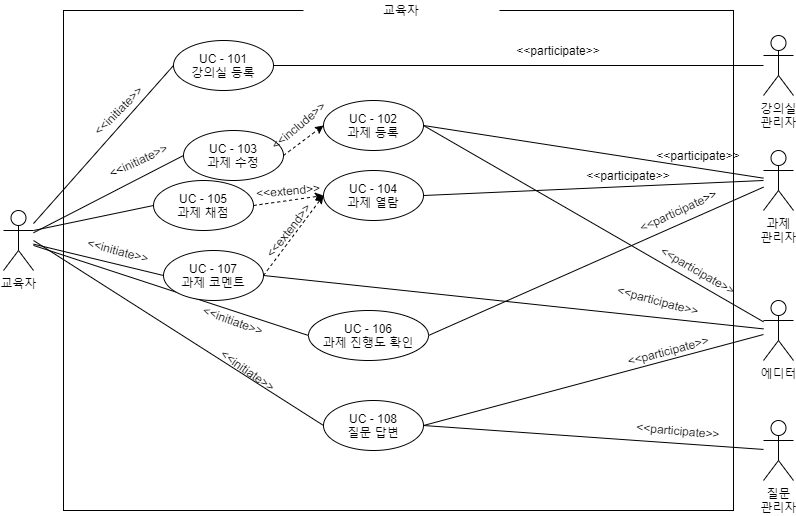
Earlier version of the draw.io export img/교육자 UC Diagram.png (SSSSEN666789/SPAMS). Source tidied: cells renumbered, new cells last; positions are measured from the earlier drawing's top-left corner, leaving out a move shared by most shapes.
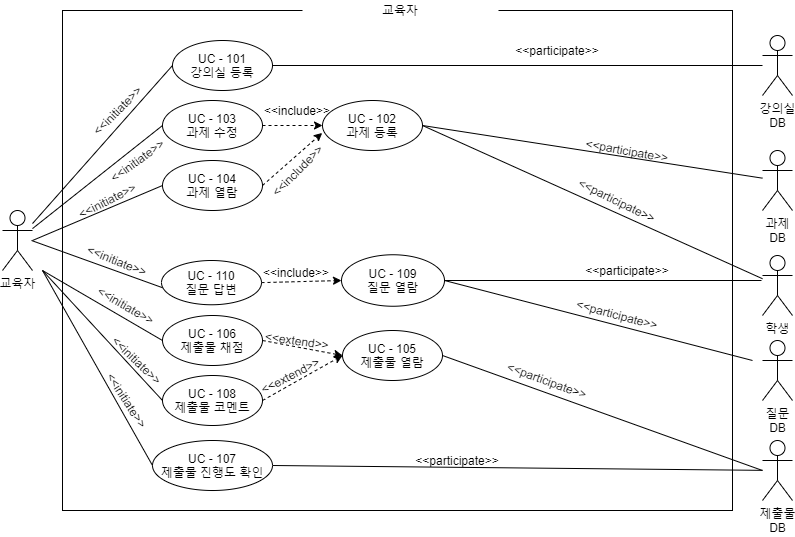
Later version of the same file.

The edit, as a diff of the source:
```diff
@@ -33,122 +33,158 @@
       <mxGeometry relative="1" as="geometry" />
     </mxCell>
     <mxCell id="12" value="UC - 103&lt;br&gt;과제 수정" style="ellipse;whiteSpace=wrap;html=1;" parent="1" vertex="1">
-      <mxGeometry x="180" y="130" width="100" height="50" as="geometry" />
+      <mxGeometry x="160" y="100" width="100" height="50" as="geometry" />
     </mxCell>
-    <mxCell id="13" value="&amp;lt;&amp;lt;include&amp;gt;&amp;gt;" style="text;html=1;strokeColor=none;fillColor=none;align=center;verticalAlign=middle;whiteSpace=wrap;rounded=0;rotation=-40;" parent="1" vertex="1">
-      <mxGeometry x="260" y="115" width="70" height="20" as="geometry" />
+    <mxCell id="13" value="&amp;lt;&amp;lt;include&amp;gt;&amp;gt;" style="text;html=1;strokeColor=none;fillColor=none;align=center;verticalAlign=middle;whiteSpace=wrap;rounded=0;rotation=0;" parent="1" vertex="1">
+      <mxGeometry x="260" y="100" width="70" height="20" as="geometry" />
     </mxCell>
     <mxCell id="14" style="edgeStyle=none;rounded=0;jettySize=auto;html=1;entryX=1;entryY=0.5;entryDx=0;entryDy=0;startArrow=none;startFill=0;endArrow=none;endFill=0;" parent="1" edge="1" source="15" target="6">
       <mxGeometry relative="1" as="geometry" />
     </mxCell>
-    <mxCell id="15" value="강의실&lt;br&gt;관리자" style="shape=umlActor;verticalLabelPosition=bottom;verticalAlign=top;html=1;outlineConnect=0;" parent="1" vertex="1">
+    <mxCell id="15" value="강의실&lt;br&gt;DB" style="shape=umlActor;verticalLabelPosition=bottom;verticalAlign=top;html=1;outlineConnect=0;" parent="1" vertex="1">
       <mxGeometry x="760" y="35" width="30" height="60" as="geometry" />
     </mxCell>
-    <mxCell id="16" value="과제&lt;br&gt;관리자" style="shape=umlActor;verticalLabelPosition=bottom;verticalAlign=top;html=1;outlineConnect=0;" parent="1" vertex="1">
+    <mxCell id="16" value="과제&lt;br&gt;DB" style="shape=umlActor;verticalLabelPosition=bottom;verticalAlign=top;html=1;outlineConnect=0;" parent="1" vertex="1">
       <mxGeometry x="760" y="150" width="30" height="60" as="geometry" />
     </mxCell>
     <mxCell id="17" value="&amp;lt;&amp;lt;initiate&amp;gt;&amp;gt;" style="text;html=1;strokeColor=none;fillColor=none;align=center;verticalAlign=middle;whiteSpace=wrap;rounded=0;rotation=-45;" parent="1" vertex="1">
       <mxGeometry x="80" y="100" width="70" height="20" as="geometry" />
     </mxCell>
-    <mxCell id="18" value="&amp;lt;&amp;lt;initiate&amp;gt;&amp;gt;" style="text;html=1;strokeColor=none;fillColor=none;align=center;verticalAlign=middle;whiteSpace=wrap;rounded=0;rotation=-25;" parent="1" vertex="1">
+    <mxCell id="18" value="&amp;lt;&amp;lt;initiate&amp;gt;&amp;gt;" style="text;html=1;strokeColor=none;fillColor=none;align=center;verticalAlign=middle;whiteSpace=wrap;rounded=0;rotation=324;" parent="1" vertex="1">
       <mxGeometry x="100" y="150" width="70" height="20" as="geometry" />
     </mxCell>
     <mxCell id="19" value="&amp;lt;&amp;lt;participate&amp;gt;&amp;gt;" style="text;html=1;strokeColor=none;fillColor=none;align=center;verticalAlign=middle;whiteSpace=wrap;rounded=0;" parent="1" vertex="1">
       <mxGeometry x="520" y="40" width="70" height="20" as="geometry" />
     </mxCell>
-    <mxCell id="20" style="edgeStyle=none;rounded=0;jettySize=auto;html=1;exitX=1;exitY=0.5;exitDx=0;exitDy=0;startArrow=none;startFill=0;endArrow=none;endFill=0;" parent="1" edge="1" source="21">
-      <mxGeometry relative="1" as="geometry">
-        <mxPoint x="760" y="180" as="targetPoint" />
-      </mxGeometry>
-    </mxCell>
     <mxCell id="21" value="UC - 104&lt;br&gt;과제 열람" style="ellipse;whiteSpace=wrap;html=1;" parent="1" vertex="1">
-      <mxGeometry x="320" y="170" width="100" height="50" as="geometry" />
+      <mxGeometry x="160" y="160" width="100" height="50" as="geometry" />
     </mxCell>
-    <mxCell id="22" style="edgeStyle=none;rounded=0;jettySize=auto;html=1;exitX=1;exitY=0.5;exitDx=0;exitDy=0;dashed=1;startArrow=none;startFill=0;endArrow=classic;endFill=1;entryX=0;entryY=0.5;entryDx=0;entryDy=0;" parent="1" edge="1" source="24" target="21">
-      <mxGeometry relative="1" as="geometry" />
-    </mxCell>
-    <mxCell id="23" style="edgeStyle=none;rounded=0;jettySize=auto;html=1;exitX=0;exitY=0.5;exitDx=0;exitDy=0;entryX=1;entryY=0.3333333333333333;entryDx=0;entryDy=0;startArrow=none;startFill=0;endArrow=none;endFill=0;entryPerimeter=0;" parent="1" edge="1" source="24" target="4">
-      <mxGeometry relative="1" as="geometry" />
-    </mxCell>
-    <mxCell id="24" value="UC - 105&lt;br&gt;과제 채점" style="ellipse;whiteSpace=wrap;html=1;" parent="1" vertex="1">
-      <mxGeometry x="150" y="180" width="100" height="50" as="geometry" />
-    </mxCell>
-    <mxCell id="25" style="edgeStyle=none;rounded=0;jettySize=auto;html=1;exitX=1;exitY=0.5;exitDx=0;exitDy=0;startArrow=none;startFill=0;endArrow=none;endFill=0;" parent="1" edge="1" source="27" target="16">
+    <mxCell id="25" style="edgeStyle=none;rounded=0;jettySize=auto;html=1;exitX=1;exitY=0.5;exitDx=0;exitDy=0;startArrow=none;startFill=0;endArrow=none;endFill=0;" parent="1" edge="1" source="27" target="32">
       <mxGeometry relative="1" as="geometry" />
     </mxCell>
-    <mxCell id="26" style="edgeStyle=none;rounded=0;jettySize=auto;html=1;exitX=0;exitY=0.5;exitDx=0;exitDy=0;startArrow=none;startFill=0;endArrow=none;endFill=0;" parent="1" edge="1" source="27" target="4">
-      <mxGeometry relative="1" as="geometry" />
-    </mxCell>
-    <mxCell id="27" value="UC - 106&lt;br&gt;과제 진행도 확인" style="ellipse;whiteSpace=wrap;html=1;" parent="1" vertex="1">
-      <mxGeometry x="305" y="310" width="120" height="50" as="geometry" />
+    <mxCell id="27" value="UC - 107&lt;br&gt;제출물 진행도 확인" style="ellipse;whiteSpace=wrap;html=1;" parent="1" vertex="1">
+      <mxGeometry x="150" y="440" width="120" height="50" as="geometry" />
     </mxCell>
-    <mxCell id="28" style="edgeStyle=none;rounded=0;jettySize=auto;html=1;exitX=1;exitY=0.5;exitDx=0;exitDy=0;entryX=0;entryY=0.5;entryDx=0;entryDy=0;startArrow=none;startFill=0;endArrow=classic;endFill=1;dashed=1;" parent="1" edge="1" source="31" target="21">
-      <mxGeometry relative="1" as="geometry" />
-    </mxCell>
-    <mxCell id="29" style="edgeStyle=none;rounded=0;jettySize=auto;html=1;exitX=0;exitY=0.5;exitDx=0;exitDy=0;startArrow=none;startFill=0;endArrow=none;endFill=0;" parent="1" edge="1" source="31" target="4">
-      <mxGeometry relative="1" as="geometry" />
-    </mxCell>
-    <mxCell id="30" style="edgeStyle=none;rounded=0;jettySize=auto;html=1;exitX=1;exitY=0.5;exitDx=0;exitDy=0;startArrow=none;startFill=0;endArrow=none;endFill=0;" parent="1" edge="1" source="31" target="33">
-      <mxGeometry relative="1" as="geometry" />
+    <mxCell id="30" style="edgeStyle=none;rounded=0;jettySize=auto;html=1;exitX=1;exitY=0.5;exitDx=0;exitDy=0;startArrow=none;startFill=0;endArrow=none;endFill=0;" parent="1" edge="1" source="31">
+      <mxGeometry relative="1" as="geometry">
+        <mxPoint x="760" y="470" as="targetPoint" />
+      </mxGeometry>
     </mxCell>
-    <mxCell id="31" value="UC - 107&lt;br&gt;과제 코멘트" style="ellipse;whiteSpace=wrap;html=1;" parent="1" vertex="1">
-      <mxGeometry x="160" y="250" width="100" height="50" as="geometry" />
+    <mxCell id="31" value="UC - 105&lt;br&gt;제출물 열람" style="ellipse;whiteSpace=wrap;html=1;" parent="1" vertex="1">
+      <mxGeometry x="340" y="330" width="100" height="50" as="geometry" />
     </mxCell>
-    <mxCell id="32" value="질문&lt;br&gt;관리자" style="shape=umlActor;verticalLabelPosition=bottom;verticalAlign=top;html=1;outlineConnect=0;" parent="1" vertex="1">
-      <mxGeometry x="760" y="420" width="30" height="60" as="geometry" />
+    <mxCell id="32" value="제출물&lt;br&gt;DB" style="shape=umlActor;verticalLabelPosition=bottom;verticalAlign=top;html=1;outlineConnect=0;" parent="1" vertex="1">
+      <mxGeometry x="760" y="440" width="30" height="60" as="geometry" />
     </mxCell>
-    <mxCell id="33" value="에디터" style="shape=umlActor;verticalLabelPosition=bottom;verticalAlign=top;html=1;outlineConnect=0;" parent="1" vertex="1">
-      <mxGeometry x="760" y="300" width="30" height="60" as="geometry" />
+    <mxCell id="33" value="학생" style="shape=umlActor;verticalLabelPosition=bottom;verticalAlign=top;html=1;outlineConnect=0;" parent="1" vertex="1">
+      <mxGeometry x="760" y="255" width="30" height="60" as="geometry" />
     </mxCell>
-    <mxCell id="34" style="edgeStyle=none;rounded=0;jettySize=auto;html=1;exitX=1;exitY=0.5;exitDx=0;exitDy=0;startArrow=none;startFill=0;endArrow=none;endFill=0;" parent="1" edge="1" source="37" target="33">
-      <mxGeometry relative="1" as="geometry" />
-    </mxCell>
-    <mxCell id="35" style="edgeStyle=none;rounded=0;jettySize=auto;html=1;exitX=1;exitY=0.5;exitDx=0;exitDy=0;startArrow=none;startFill=0;endArrow=none;endFill=0;" parent="1" edge="1" source="37" target="32">
-      <mxGeometry relative="1" as="geometry" />
-    </mxCell>
-    <mxCell id="36" style="edgeStyle=none;rounded=0;jettySize=auto;html=1;exitX=0;exitY=0.5;exitDx=0;exitDy=0;startArrow=none;startFill=0;endArrow=none;endFill=0;" parent="1" edge="1" source="37">
-      <mxGeometry relative="1" as="geometry">
-        <mxPoint x="30" y="240" as="targetPoint" />
-      </mxGeometry>
-    </mxCell>
-    <mxCell id="37" value="UC - 108&lt;br&gt;질문 답변" style="ellipse;whiteSpace=wrap;html=1;" parent="1" vertex="1">
-      <mxGeometry x="320" y="400" width="100" height="50" as="geometry" />
-    </mxCell>
-    <mxCell id="38" value="&amp;lt;&amp;lt;extend&amp;gt;&amp;gt;" style="text;html=1;strokeColor=none;fillColor=none;align=center;verticalAlign=middle;whiteSpace=wrap;rounded=0;rotation=-52;" parent="1" vertex="1">
-      <mxGeometry x="250" y="220" width="70" height="20" as="geometry" />
-    </mxCell>
-    <mxCell id="39" value="&amp;lt;&amp;lt;initiate&amp;gt;&amp;gt;" style="text;html=1;strokeColor=none;fillColor=none;align=center;verticalAlign=middle;whiteSpace=wrap;rounded=0;rotation=15;" parent="1" vertex="1">
-      <mxGeometry x="80" y="240" width="70" height="20" as="geometry" />
-    </mxCell>
-    <mxCell id="40" value="&amp;lt;&amp;lt;initiate&amp;gt;&amp;gt;" style="text;html=1;strokeColor=none;fillColor=none;align=center;verticalAlign=middle;whiteSpace=wrap;rounded=0;rotation=20;" parent="1" vertex="1">
-      <mxGeometry x="195" y="310" width="70" height="20" as="geometry" />
-    </mxCell>
-    <mxCell id="41" value="&amp;lt;&amp;lt;initiate&amp;gt;&amp;gt;" style="text;html=1;strokeColor=none;fillColor=none;align=center;verticalAlign=middle;whiteSpace=wrap;rounded=0;rotation=35;" parent="1" vertex="1">
-      <mxGeometry x="210" y="360" width="70" height="20" as="geometry" />
+    <mxCell id="41" value="&amp;lt;&amp;lt;initiate&amp;gt;&amp;gt;" style="text;html=1;strokeColor=none;fillColor=none;align=center;verticalAlign=middle;whiteSpace=wrap;rounded=0;rotation=57;" parent="1" vertex="1">
+      <mxGeometry x="90" y="390" width="70" height="20" as="geometry" />
     </mxCell>
-    <mxCell id="42" value="&amp;lt;&amp;lt;extend&amp;gt;&amp;gt;" style="text;html=1;strokeColor=none;fillColor=none;align=center;verticalAlign=middle;whiteSpace=wrap;rounded=0;rotation=-5;" parent="1" vertex="1">
-      <mxGeometry x="250" y="180" width="70" height="20" as="geometry" />
+    <mxCell id="42" value="&amp;lt;&amp;lt;extend&amp;gt;&amp;gt;" style="text;html=1;strokeColor=none;fillColor=none;align=center;verticalAlign=middle;whiteSpace=wrap;rounded=0;rotation=8;" parent="1" vertex="1">
+      <mxGeometry x="260" y="330" width="70" height="20" as="geometry" />
     </mxCell>
-    <mxCell id="43" value="&amp;lt;&amp;lt;participate&amp;gt;&amp;gt;" style="text;html=1;strokeColor=none;fillColor=none;align=center;verticalAlign=middle;whiteSpace=wrap;rounded=0;rotation=0;" parent="1" vertex="1">
-      <mxGeometry x="660" y="145" width="70" height="20" as="geometry" />
+    <mxCell id="43" value="&amp;lt;&amp;lt;participate&amp;gt;&amp;gt;" style="text;html=1;strokeColor=none;fillColor=none;align=center;verticalAlign=middle;whiteSpace=wrap;rounded=0;rotation=10;" parent="1" vertex="1">
+      <mxGeometry x="590" y="140" width="70" height="20" as="geometry" />
     </mxCell>
-    <mxCell id="44" value="&amp;lt;&amp;lt;participate&amp;gt;&amp;gt;" style="text;html=1;strokeColor=none;fillColor=none;align=center;verticalAlign=middle;whiteSpace=wrap;rounded=0;rotation=0;" parent="1" vertex="1">
-      <mxGeometry x="590" y="165" width="70" height="20" as="geometry" />
-    </mxCell>
-    <mxCell id="45" value="&amp;lt;&amp;lt;participate&amp;gt;&amp;gt;" style="text;html=1;strokeColor=none;fillColor=none;align=center;verticalAlign=middle;whiteSpace=wrap;rounded=0;rotation=30;" parent="1" vertex="1">
-      <mxGeometry x="660" y="260" width="70" height="20" as="geometry" />
+    <mxCell id="45" value="&amp;lt;&amp;lt;participate&amp;gt;&amp;gt;" style="text;html=1;strokeColor=none;fillColor=none;align=center;verticalAlign=middle;whiteSpace=wrap;rounded=0;rotation=20;" parent="1" vertex="1">
+      <mxGeometry x="510" y="370" width="70" height="20" as="geometry" />
     </mxCell>
-    <mxCell id="46" value="&amp;lt;&amp;lt;participate&amp;gt;&amp;gt;" style="text;html=1;strokeColor=none;fillColor=none;align=center;verticalAlign=middle;whiteSpace=wrap;rounded=0;rotation=15;" parent="1" vertex="1">
-      <mxGeometry x="620" y="290" width="70" height="20" as="geometry" />
+    <mxCell id="46" value="&amp;lt;&amp;lt;participate&amp;gt;&amp;gt;" style="text;html=1;strokeColor=none;fillColor=none;align=center;verticalAlign=middle;whiteSpace=wrap;rounded=0;rotation=0;" parent="1" vertex="1">
+      <mxGeometry x="420" y="450" width="70" height="20" as="geometry" />
     </mxCell>
-    <mxCell id="47" value="&amp;lt;&amp;lt;participate&amp;gt;&amp;gt;" style="text;html=1;strokeColor=none;fillColor=none;align=center;verticalAlign=middle;whiteSpace=wrap;rounded=0;rotation=-25;" parent="1" vertex="1">
-      <mxGeometry x="640" y="200" width="70" height="20" as="geometry" />
+    <mxCell id="47" value="&amp;lt;&amp;lt;participate&amp;gt;&amp;gt;" style="text;html=1;strokeColor=none;fillColor=none;align=center;verticalAlign=middle;whiteSpace=wrap;rounded=0;rotation=26;" parent="1" vertex="1">
+      <mxGeometry x="580" y="190" width="70" height="20" as="geometry" />
     </mxCell>
-    <mxCell id="48" value="&amp;lt;&amp;lt;participate&amp;gt;&amp;gt;" style="text;html=1;strokeColor=none;fillColor=none;align=center;verticalAlign=middle;whiteSpace=wrap;rounded=0;rotation=-15;" parent="1" vertex="1">
-      <mxGeometry x="630" y="340" width="70" height="20" as="geometry" />
-    </mxCell>
-    <mxCell id="49" value="&amp;lt;&amp;lt;participate&amp;gt;&amp;gt;" style="text;html=1;strokeColor=none;fillColor=none;align=center;verticalAlign=middle;whiteSpace=wrap;rounded=0;rotation=5;" parent="1" vertex="1">
-      <mxGeometry x="640" y="420" width="70" height="20" as="geometry" />
-    </mxCell>
+    <mxCell id="50" style="edgeStyle=none;rounded=0;jettySize=auto;html=1;exitX=1;exitY=0.5;exitDx=0;exitDy=0;entryX=-0.003;entryY=0.649;entryDx=0;entryDy=0;dashed=1;startArrow=none;startFill=0;endArrow=classic;endFill=1;entryPerimeter=0;" parent="1" edge="1" source="21" target="9">
+      <mxGeometry relative="1" as="geometry" />
+    </mxCell>
+    <mxCell id="51" value="&amp;lt;&amp;lt;include&amp;gt;&amp;gt;" style="text;html=1;strokeColor=none;fillColor=none;align=center;verticalAlign=middle;whiteSpace=wrap;rounded=0;rotation=-45;" parent="1" vertex="1">
+      <mxGeometry x="260" y="160" width="70" height="20" as="geometry" />
+    </mxCell>
+    <mxCell id="52" style="edgeStyle=none;rounded=0;jettySize=auto;html=1;exitX=0;exitY=0.5;exitDx=0;exitDy=0;startArrow=none;startFill=0;endArrow=none;endFill=0;" parent="1" edge="1" source="21">
+      <mxGeometry relative="1" as="geometry">
+        <mxPoint x="30" y="240" as="targetPoint" />
+      </mxGeometry>
+    </mxCell>
+    <mxCell id="53" value="&amp;lt;&amp;lt;initiate&amp;gt;&amp;gt;" style="text;html=1;strokeColor=none;fillColor=none;align=center;verticalAlign=middle;whiteSpace=wrap;rounded=0;rotation=333;" parent="1" vertex="1">
+      <mxGeometry x="70" y="190" width="70" height="20" as="geometry" />
+    </mxCell>
+    <mxCell id="54" value="UC - 106&lt;br&gt;제출물 채점" style="ellipse;whiteSpace=wrap;html=1;" parent="1" vertex="1">
+      <mxGeometry x="160" y="315" width="100" height="50" as="geometry" />
+    </mxCell>
+    <mxCell id="55" value="UC - 108&lt;br&gt;제출물 코멘트" style="ellipse;whiteSpace=wrap;html=1;" parent="1" vertex="1">
+      <mxGeometry x="160" y="375" width="100" height="50" as="geometry" />
+    </mxCell>
+    <mxCell id="56" style="edgeStyle=none;rounded=0;jettySize=auto;html=1;exitX=0;exitY=0.5;exitDx=0;exitDy=0;startArrow=none;startFill=0;endArrow=none;endFill=0;" parent="1" edge="1" source="54">
+      <mxGeometry relative="1" as="geometry">
+        <mxPoint x="40" y="270" as="targetPoint" />
+      </mxGeometry>
+    </mxCell>
+    <mxCell id="57" style="edgeStyle=none;rounded=0;jettySize=auto;html=1;exitX=0;exitY=0.5;exitDx=0;exitDy=0;startArrow=none;startFill=0;endArrow=none;endFill=0;" parent="1" edge="1" source="55">
+      <mxGeometry relative="1" as="geometry">
+        <mxPoint x="40" y="270" as="targetPoint" />
+      </mxGeometry>
+    </mxCell>
+    <mxCell id="58" value="&amp;lt;&amp;lt;initiate&amp;gt;&amp;gt;" style="text;html=1;strokeColor=none;fillColor=none;align=center;verticalAlign=middle;whiteSpace=wrap;rounded=0;rotation=30;" parent="1" vertex="1">
+      <mxGeometry x="89" y="295" width="70" height="20" as="geometry" />
+    </mxCell>
+    <mxCell id="59" value="&amp;lt;&amp;lt;initiate&amp;gt;&amp;gt;" style="text;html=1;strokeColor=none;fillColor=none;align=center;verticalAlign=middle;whiteSpace=wrap;rounded=0;rotation=44;" parent="1" vertex="1">
+      <mxGeometry x="100" y="350" width="70" height="20" as="geometry" />
+    </mxCell>
+    <mxCell id="60" style="edgeStyle=none;rounded=0;jettySize=auto;html=1;exitX=1;exitY=0.5;exitDx=0;exitDy=0;entryX=0;entryY=0.5;entryDx=0;entryDy=0;dashed=1;startArrow=none;startFill=0;endArrow=classic;endFill=1;" parent="1" edge="1" source="54" target="31">
+      <mxGeometry relative="1" as="geometry" />
+    </mxCell>
+    <mxCell id="61" style="edgeStyle=none;rounded=0;jettySize=auto;html=1;exitX=1;exitY=0.5;exitDx=0;exitDy=0;entryX=0;entryY=0.5;entryDx=0;entryDy=0;dashed=1;startArrow=none;startFill=0;endArrow=classic;endFill=1;" parent="1" edge="1" source="55" target="31">
+      <mxGeometry relative="1" as="geometry" />
+    </mxCell>
+    <mxCell id="38" value="&amp;lt;&amp;lt;extend&amp;gt;&amp;gt;" style="text;html=1;strokeColor=none;fillColor=none;align=center;verticalAlign=middle;whiteSpace=wrap;rounded=0;rotation=333;" parent="1" vertex="1">
+      <mxGeometry x="253" y="365" width="70" height="20" as="geometry" />
+    </mxCell>
+    <mxCell id="62" style="edgeStyle=none;rounded=0;jettySize=auto;html=1;exitX=0;exitY=0.5;exitDx=0;exitDy=0;startArrow=none;startFill=0;endArrow=none;endFill=0;" parent="1" edge="1" source="27">
+      <mxGeometry relative="1" as="geometry">
+        <mxPoint x="40" y="270" as="targetPoint" />
+      </mxGeometry>
+    </mxCell>
+    <mxCell id="63" value="질문&lt;br&gt;DB" style="shape=umlActor;verticalLabelPosition=bottom;verticalAlign=top;html=1;" parent="1" vertex="1">
+      <mxGeometry x="760" y="340" width="30" height="60" as="geometry" />
+    </mxCell>
+    <mxCell id="64" style="edgeStyle=none;rounded=0;jettySize=auto;html=1;exitX=1;exitY=0.5;exitDx=0;exitDy=0;startArrow=none;startFill=0;endArrow=none;endFill=0;" parent="1" edge="1" source="66">
+      <mxGeometry relative="1" as="geometry">
+        <mxPoint x="759" y="280" as="targetPoint" />
+      </mxGeometry>
+    </mxCell>
+    <mxCell id="65" style="edgeStyle=none;rounded=0;jettySize=auto;html=1;exitX=1;exitY=0.5;exitDx=0;exitDy=0;startArrow=none;startFill=0;endArrow=none;endFill=0;" parent="1" edge="1" source="66">
+      <mxGeometry relative="1" as="geometry">
+        <mxPoint x="750" y="360" as="targetPoint" />
+      </mxGeometry>
+    </mxCell>
+    <mxCell id="66" value="UC - 109&lt;br&gt;질문 열람" style="ellipse;whiteSpace=wrap;html=1;" parent="1" vertex="1">
+      <mxGeometry x="339" y="254.2" width="103" height="51.5" as="geometry" />
+    </mxCell>
+    <mxCell id="67" value="&amp;lt;&amp;lt;initiate&amp;gt;&amp;gt;" style="text;html=1;strokeColor=none;fillColor=none;align=center;verticalAlign=middle;whiteSpace=wrap;rounded=0;rotation=22;" parent="1" vertex="1">
+      <mxGeometry x="80" y="250" width="70" height="20" as="geometry" />
+    </mxCell>
+    <mxCell id="68" value="&amp;lt;&amp;lt;participate&amp;gt;&amp;gt;" style="text;html=1;strokeColor=none;fillColor=none;align=center;verticalAlign=middle;whiteSpace=wrap;rounded=0;rotation=15;" parent="1" vertex="1">
+      <mxGeometry x="580" y="304.2" width="70" height="20" as="geometry" />
+    </mxCell>
+    <mxCell id="44" value="&amp;lt;&amp;lt;participate&amp;gt;&amp;gt;" style="text;html=1;strokeColor=none;fillColor=none;align=center;verticalAlign=middle;whiteSpace=wrap;rounded=0;rotation=0;" parent="1" vertex="1">
+      <mxGeometry x="590" y="260" width="70" height="20" as="geometry" />
+    </mxCell>
+    <mxCell id="69" value="UC - 110&lt;br&gt;질문 답변" style="ellipse;whiteSpace=wrap;html=1;" parent="1" vertex="1">
+      <mxGeometry x="159" y="260" width="100" height="44.2" as="geometry" />
+    </mxCell>
+    <mxCell id="70" style="edgeStyle=none;rounded=0;jettySize=auto;html=1;exitX=1;exitY=0.5;exitDx=0;exitDy=0;entryX=0;entryY=0.5;entryDx=0;entryDy=0;dashed=1;startArrow=none;startFill=0;endArrow=classic;endFill=1;" parent="1" edge="1" source="69" target="66">
+      <mxGeometry relative="1" as="geometry" />
+    </mxCell>
+    <mxCell id="71" value="&amp;lt;&amp;lt;include&amp;gt;&amp;gt;" style="text;html=1;strokeColor=none;fillColor=none;align=center;verticalAlign=middle;whiteSpace=wrap;rounded=0;rotation=0;" parent="1" vertex="1">
+      <mxGeometry x="259" y="262.2" width="70" height="20" as="geometry" />
+    </mxCell>
+    <mxCell id="72" style="edgeStyle=none;rounded=0;jettySize=auto;html=1;exitX=0.009;exitY=0.614;exitDx=0;exitDy=0;startArrow=none;startFill=0;endArrow=none;endFill=0;exitPerimeter=0;" parent="1" edge="1" source="69">
+      <mxGeometry relative="1" as="geometry">
+        <mxPoint x="29" y="240" as="targetPoint" />
+      </mxGeometry>
+    </mxCell>
   </root>
 </mxGraphModel>
```
